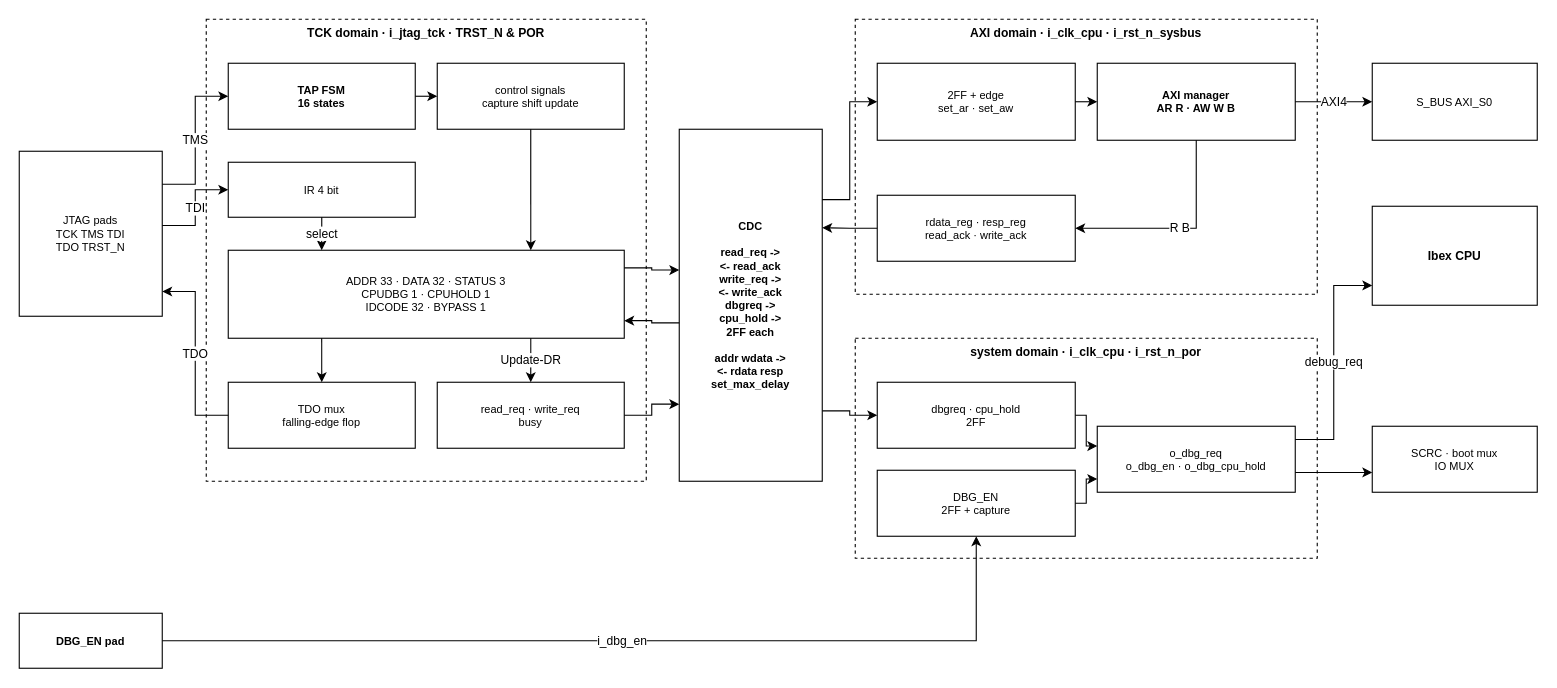
Before: page "SYSDBG block diagram" (1 of 2) of doc/figures/drawio/QNSC_SYSDBG_MAS.drawio in quynhonsemiconductor/vlsi_deep_training, a draw.io diagram. Source tidied: cells renumbered, new cells numbered last; positions are measured from the earlier drawing's top-left corner, leaving out a move shared by most shapes. Both pictures are drawn from the tidied source at 110%, with x=0, y=0 at pixel (19, 19).
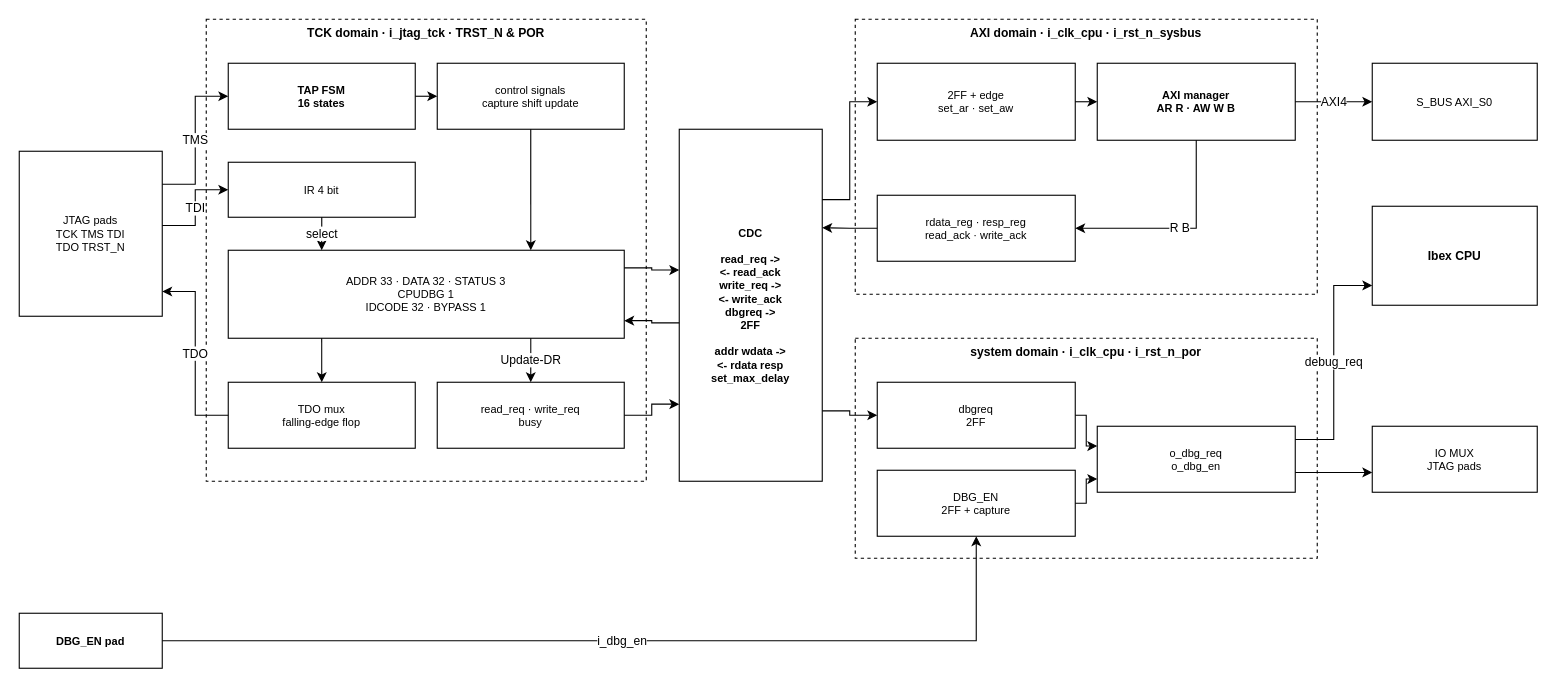
The same diagram, later.

Diff of the diagram source:
```diff
@@
-    <mxCell id="8" value="ADDR 33  ·  DATA 32  ·  STATUS 3&#10;CPUDBG 1  ·  CPUHOLD 1&#10;IDCODE 32  ·  BYPASS 1" style="rounded=0;whiteSpace=wrap;html=1;fillColor=#ffffff;strokeColor=#000000;fontSize=10;dashed=0;verticalAlign=middle;" parent="1" vertex="1">
+    <mxCell id="8" value="ADDR 33  ·  DATA 32  ·  STATUS 3&#10;CPUDBG 1&#10;IDCODE 32  ·  BYPASS 1" style="rounded=0;whiteSpace=wrap;html=1;fillColor=#ffffff;strokeColor=#000000;fontSize=10;dashed=0;verticalAlign=middle;" parent="1" vertex="1">
       <mxGeometry x="190" y="210" width="360" height="80" as="geometry" />
     </mxCell>
@@
-    <mxCell id="11" value="CDC&#10;&#10;read_req  -&gt;&#10;&lt;-  read_ack&#10;write_req  -&gt;&#10;&lt;-  write_ack&#10;dbgreq  -&gt;&#10;cpu_hold  -&gt;&#10;2FF each&#10;&#10;addr  wdata  -&gt;&#10;&lt;-  rdata  resp&#10;set_max_delay" style="rounded=0;whiteSpace=wrap;html=1;fillColor=#ffffff;strokeColor=#000000;fontSize=10;dashed=0;fontStyle=1;verticalAlign=middle;" parent="1" vertex="1">
+    <mxCell id="11" value="CDC&#10;&#10;read_req  -&gt;&#10;&lt;-  read_ack&#10;write_req  -&gt;&#10;&lt;-  write_ack&#10;dbgreq  -&gt;&#10;2FF&#10;&#10;addr  wdata  -&gt;&#10;&lt;-  rdata  resp&#10;set_max_delay" style="rounded=0;whiteSpace=wrap;html=1;fillColor=#ffffff;strokeColor=#000000;fontSize=10;dashed=0;fontStyle=1;verticalAlign=middle;" parent="1" vertex="1">
       <mxGeometry x="600" y="100" width="130" height="320" as="geometry" />
     </mxCell>
@@
-    <mxCell id="17" value="dbgreq  ·  cpu_hold&#10;2FF" style="rounded=0;whiteSpace=wrap;html=1;fillColor=#ffffff;strokeColor=#000000;fontSize=10;dashed=0;verticalAlign=middle;" parent="1" vertex="1">
+    <mxCell id="17" value="dbgreq&#10;2FF" style="rounded=0;whiteSpace=wrap;html=1;fillColor=#ffffff;strokeColor=#000000;fontSize=10;dashed=0;verticalAlign=middle;" parent="1" vertex="1">
       <mxGeometry x="780" y="330" width="180" height="60" as="geometry" />
     </mxCell>
@@
-    <mxCell id="19" value="o_dbg_req&#10;o_dbg_en  ·  o_dbg_cpu_hold" style="rounded=0;whiteSpace=wrap;html=1;fillColor=#ffffff;strokeColor=#000000;fontSize=10;dashed=0;verticalAlign=middle;" parent="1" vertex="1">
+    <mxCell id="19" value="o_dbg_req&#10;o_dbg_en" style="rounded=0;whiteSpace=wrap;html=1;fillColor=#ffffff;strokeColor=#000000;fontSize=10;dashed=0;verticalAlign=middle;" parent="1" vertex="1">
       <mxGeometry x="980" y="370" width="180" height="60" as="geometry" />
     </mxCell>
@@
-    <mxCell id="22" value="SCRC  ·  boot mux&#10;IO MUX" style="rounded=0;whiteSpace=wrap;html=1;fillColor=#ffffff;strokeColor=#000000;fontSize=10;dashed=0;verticalAlign=middle;" parent="1" vertex="1">
+    <mxCell id="22" value="IO MUX&#10;JTAG pads" style="rounded=0;whiteSpace=wrap;html=1;fillColor=#ffffff;strokeColor=#000000;fontSize=10;dashed=0;verticalAlign=middle;" parent="1" vertex="1">
       <mxGeometry x="1230" y="370" width="150" height="60" as="geometry" />
     </mxCell>
```
